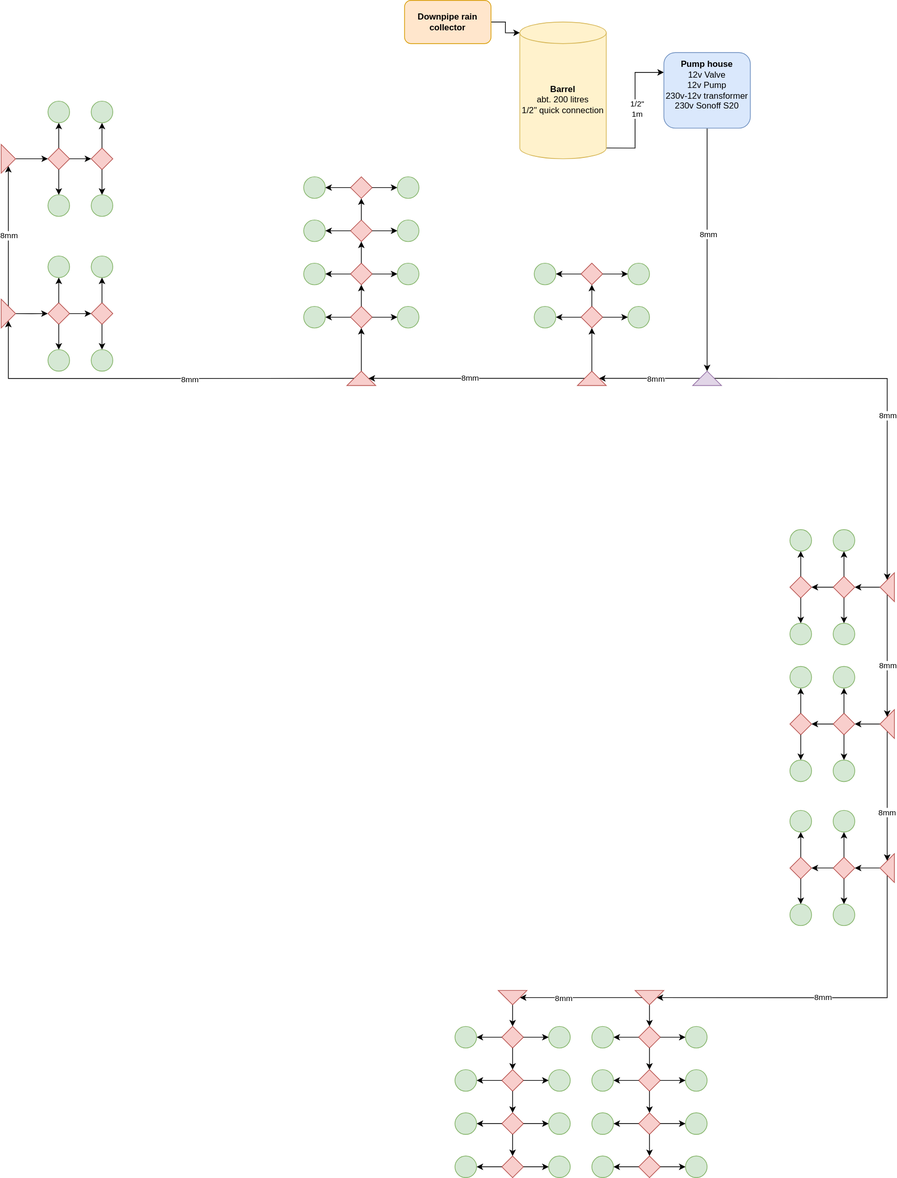
The draw.io diagram irrigation-schematic.drawio.svg in freol35241/mojster, before a commit. Source tidied: cells renumbered, new cells last; positions are measured from the earlier drawing's top-left corner, leaving out a move shared by most shapes.
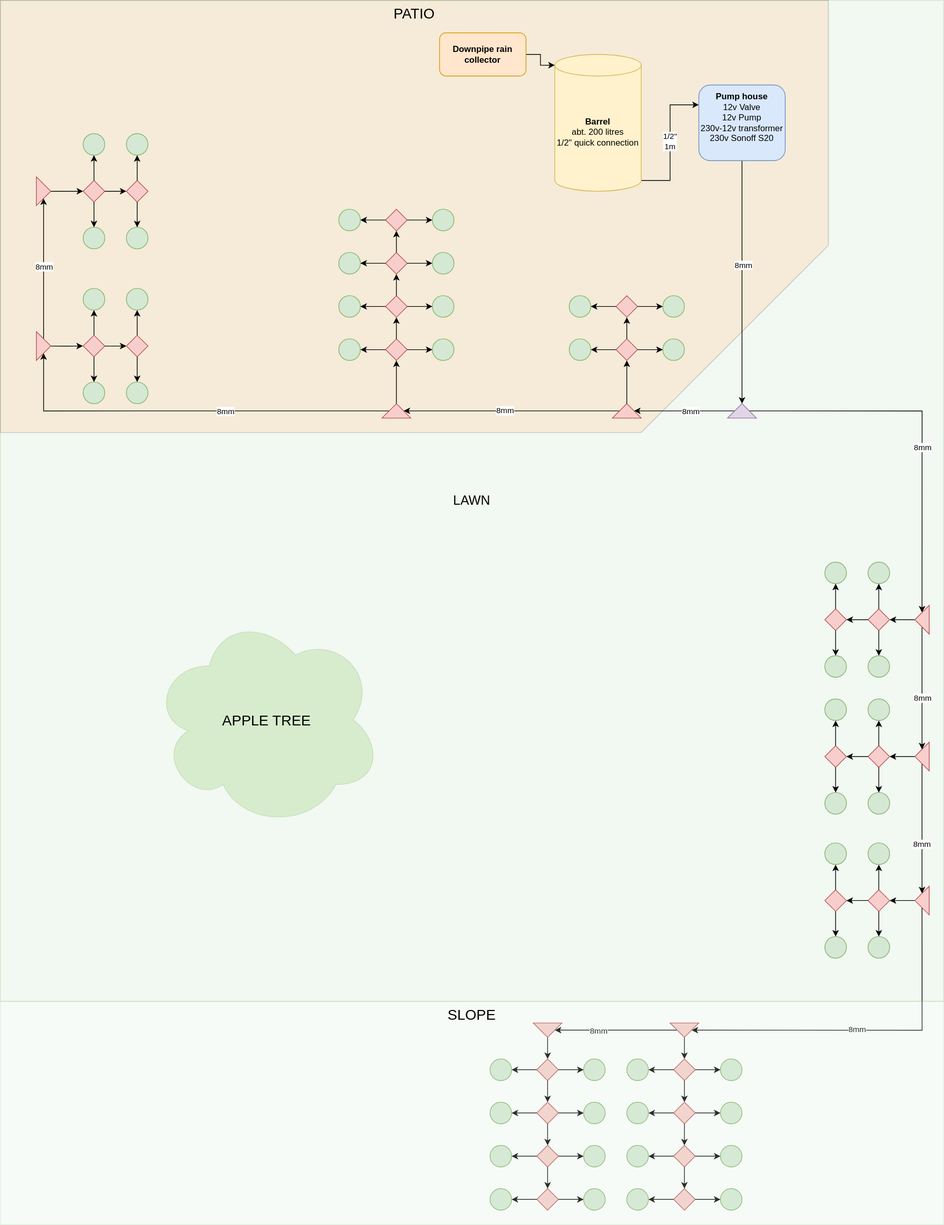
The same file after the commit.

Change to the diagram source:
```diff
@@ -2,6 +2,12 @@
   <root>
     <mxCell id="0" />
     <mxCell id="1" parent="0" />
+    <mxCell id="194" value="&lt;font style=&quot;font-size: 18px&quot;&gt;LAWN&lt;/font&gt;" style="rounded=0;whiteSpace=wrap;html=1;fillColor=#d5e8d4;opacity=30;strokeColor=#82b366;" parent="1" vertex="1">
+      <mxGeometry x="-50" y="-45" width="1310" height="1390" as="geometry" />
+    </mxCell>
+    <mxCell id="195" value="&lt;font style=&quot;font-size: 20px&quot;&gt;PATIO&lt;/font&gt;" style="shape=card;whiteSpace=wrap;html=1;direction=west;size=260;fillColor=#FFB570;opacity=20;verticalAlign=top;labelPosition=center;verticalLabelPosition=middle;align=center;" parent="1" vertex="1">
+      <mxGeometry x="-50" y="-45" width="1150" height="600" as="geometry" />
+    </mxCell>
     <mxCell id="2" style="edgeStyle=orthogonalEdgeStyle;rounded=0;jettySize=auto;html=1;exitX=1;exitY=1;exitDx=0;exitDy=-15;exitPerimeter=0;entryX=0;entryY=0.5;entryDx=0;entryDy=0;" parent="1" edge="1" source="4">
       <mxGeometry relative="1" as="geometry">
         <mxPoint x="920" y="100" as="targetPoint" />
@@ -598,5 +604,11 @@
     <mxCell id="193" style="edgeStyle=orthogonalEdgeStyle;rounded=0;jettySize=auto;html=1;exitX=0;exitY=0.5;exitDx=0;exitDy=0;entryX=1;entryY=0.5;entryDx=0;entryDy=0;" parent="182" edge="1" source="184" target="192">
       <mxGeometry relative="1" as="geometry" />
     </mxCell>
+    <mxCell id="196" value="SLOPE" style="rounded=0;whiteSpace=wrap;html=1;fillColor=#d5e8d4;opacity=20;strokeColor=#82b366;fontSize=20;verticalAlign=top;" parent="1" vertex="1">
+      <mxGeometry x="-50" y="1345" width="1310" height="310" as="geometry" />
+    </mxCell>
+    <mxCell id="197" value="APPLE TREE" style="ellipse;shape=cloud;whiteSpace=wrap;html=1;fontSize=20;fillColor=#97D077;opacity=30;strokeColor=#82b366;" parent="1" vertex="1">
+      <mxGeometry x="160" y="804" width="320" height="300" as="geometry" />
+    </mxCell>
   </root>
 </mxGraphModel>
```
